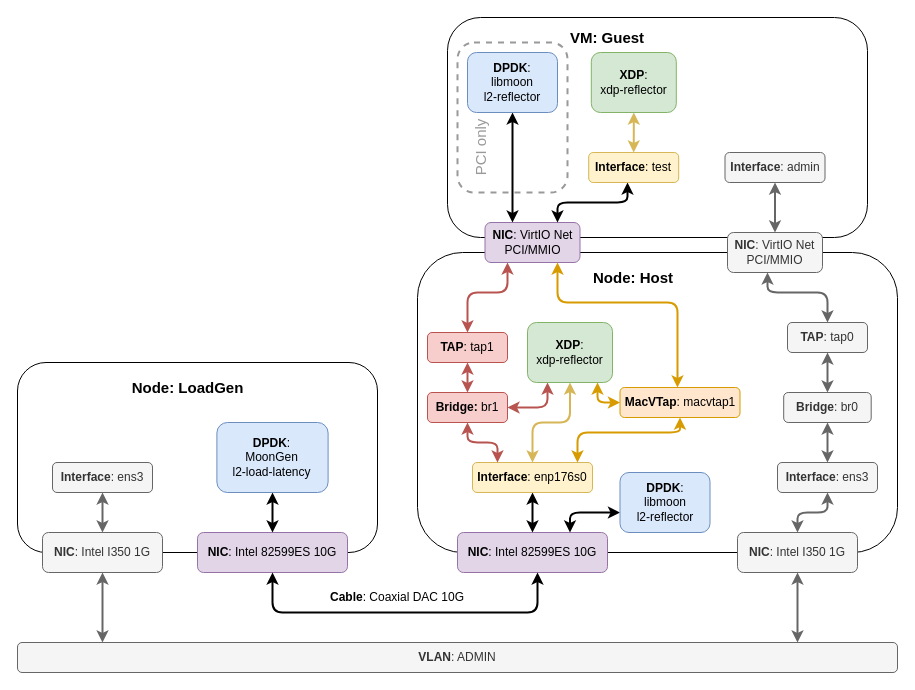
Above: page "Page 1" (4 of 4) of testsystem.drawio in vmuxIO/diagrams (draw.io), before the change. Source tidied: cells renumbered, new cells numbered last; positions are measured from the earlier drawing's top-left corner, leaving out a move shared by most shapes. Both pictures are drawn from the tidied source at 100%, with x=0, y=0 at pixel (17, 17).
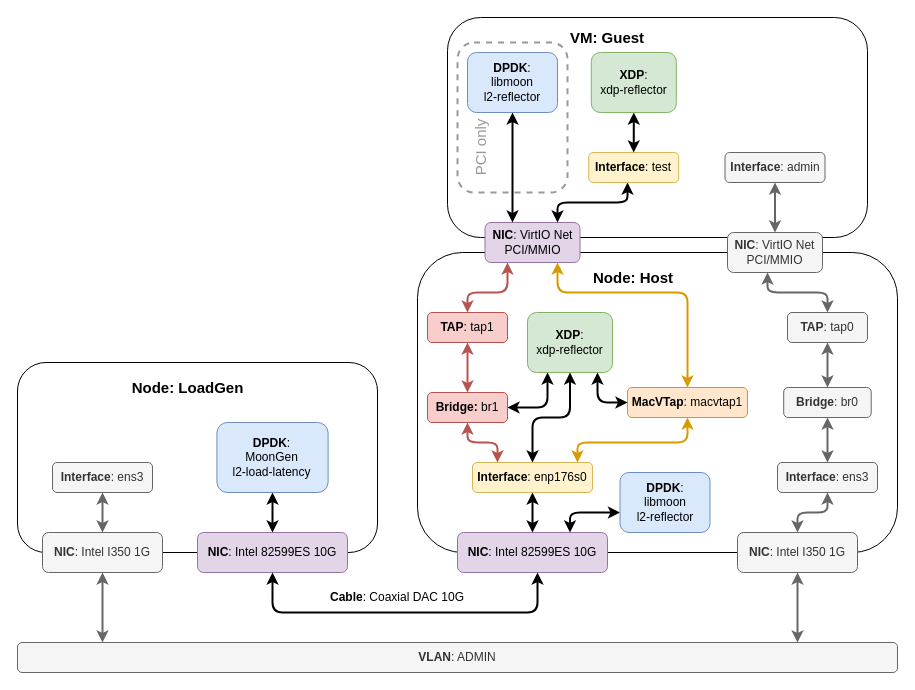
The same diagram, later.

The change refers to these unchanged cells:
```xml
<mxCell id="26" value="&lt;b&gt;Interface&lt;/b&gt;: enp176s0" style="rounded=1;whiteSpace=wrap;html=1;fillColor=#fff2cc;strokeColor=#d6b656;" parent="1" vertex="1">
  <mxGeometry x="455" y="445" width="120" height="30" as="geometry" />
</mxCell>
<mxCell id="28" value="&lt;b&gt;NIC&lt;/b&gt;: VirtIO Net PCI/MMIO" style="rounded=1;whiteSpace=wrap;html=1;fillColor=#e1d5e7;strokeColor=#9673a6;" parent="1" vertex="1">
  <mxGeometry x="467.5" y="205" width="95" height="40" as="geometry" />
</mxCell>
<mxCell id="33" value="&lt;b&gt;Interface&lt;/b&gt;: test" style="rounded=1;whiteSpace=wrap;html=1;fillColor=#fff2cc;strokeColor=#d6b656;" parent="1" vertex="1">
  <mxGeometry x="571.2" y="135" width="90" height="30" as="geometry" />
</mxCell>
<mxCell id="36" value="&lt;div&gt;&lt;b&gt;XDP&lt;/b&gt;: &lt;b&gt;&lt;br&gt;&lt;/b&gt;&lt;/div&gt;&lt;div&gt;xdp-reflector&lt;br&gt;&lt;/div&gt;" style="rounded=1;whiteSpace=wrap;html=1;fillColor=#d5e8d4;strokeColor=#82b366;" parent="1" vertex="1">
  <mxGeometry x="573.8" y="35" width="85" height="60" as="geometry" />
</mxCell>
<mxCell id="43" value="&lt;b&gt;Bridge:&lt;/b&gt; br1" style="rounded=1;whiteSpace=wrap;html=1;fillColor=#f8cecc;strokeColor=#b85450;" parent="1" vertex="1">
  <mxGeometry x="410" y="375" width="80" height="30" as="geometry" />
</mxCell>
```

Diff of the diagram source:
```diff
@@
     <mxCell id="24" value="&lt;b&gt;Bridge&lt;/b&gt;: br0" style="rounded=1;whiteSpace=wrap;html=1;fillColor=#f5f5f5;fontColor=#333333;strokeColor=#666666;" parent="1" vertex="1">
-      <mxGeometry x="766.2" y="375" width="87.5" height="30" as="geometry" />
+      <mxGeometry x="766.2" y="370" width="87.5" height="30" as="geometry" />
     </mxCell>
@@
     <mxCell id="27" style="edgeStyle=orthogonalEdgeStyle;rounded=1;jettySize=auto;html=1;fontSize=15;startArrow=classic;startFill=1;strokeWidth=2;exitX=0.5;exitY=1;exitDx=0;exitDy=0;fillColor=#ffe6cc;strokeColor=#d79b00;" parent="1" edge="1" source="40" target="26">
       <mxGeometry relative="1" as="geometry">
         <Array as="points">
-          <mxPoint x="662" y="415" />
-          <mxPoint x="560" y="415" />
+          <mxPoint x="670" y="425" />
+          <mxPoint x="560" y="425" />
         </Array>
       </mxGeometry>
     </mxCell>
@@
-    <mxCell id="35" style="edgeStyle=orthogonalEdgeStyle;rounded=1;jettySize=auto;html=1;fontSize=15;startArrow=classic;startFill=1;strokeWidth=2;fillColor=#fff2cc;strokeColor=#d6b656;" parent="1" edge="1" source="36" target="33">
+    <mxCell id="35" style="edgeStyle=orthogonalEdgeStyle;rounded=1;jettySize=auto;html=1;fontSize=15;startArrow=classic;startFill=1;strokeWidth=2;" parent="1" edge="1" source="36" target="33">
       <mxGeometry relative="1" as="geometry" />
     </mxCell>
@@
     <mxCell id="40" value="&lt;b&gt;MacVTap&lt;/b&gt;: macvtap1" style="rounded=1;whiteSpace=wrap;html=1;fillColor=#ffe6cc;strokeColor=#d79b00;" parent="1" vertex="1">
-      <mxGeometry x="602.5" y="370" width="120" height="30" as="geometry" />
+      <mxGeometry x="610" y="370" width="120" height="30" as="geometry" />
     </mxCell>
     <mxCell id="41" style="edgeStyle=orthogonalEdgeStyle;rounded=1;jettySize=auto;html=1;fontSize=15;startArrow=classic;startFill=1;strokeWidth=2;fillColor=#ffe6cc;strokeColor=#d79b00;" parent="1" edge="1" source="28" target="40">
       <mxGeometry relative="1" as="geometry">
         <Array as="points">
-          <mxPoint x="540" y="285" />
-          <mxPoint x="660" y="285" />
+          <mxPoint x="540" y="275" />
+          <mxPoint x="670" y="275" />
         </Array>
       </mxGeometry>
     </mxCell>
@@
     <mxCell id="45" style="edgeStyle=orthogonalEdgeStyle;rounded=1;jettySize=auto;html=1;fontSize=15;fontColor=#999999;startArrow=classic;startFill=1;strokeWidth=2;fillColor=#f8cecc;strokeColor=#b85450;" parent="1" edge="1" source="46">
       <mxGeometry relative="1" as="geometry">
         <mxPoint x="490" y="245" as="targetPoint" />
         <Array as="points">
           <mxPoint x="450" y="275" />
           <mxPoint x="490" y="275" />
-          <mxPoint x="490" y="245" />
         </Array>
       </mxGeometry>
     </mxCell>
     <mxCell id="46" value="&lt;b&gt;TAP&lt;/b&gt;: tap1" style="rounded=1;whiteSpace=wrap;html=1;fillColor=#f8cecc;strokeColor=#b85450;" parent="1" vertex="1">
-      <mxGeometry x="410" y="315" width="80" height="30" as="geometry" />
+      <mxGeometry x="410" y="295" width="80" height="30" as="geometry" />
     </mxCell>
@@
     <mxCell id="49" value="&lt;b&gt;TAP&lt;/b&gt;: tap0" style="rounded=1;whiteSpace=wrap;html=1;fillColor=#f5f5f5;strokeColor=#666666;fontColor=#333333;" parent="1" vertex="1">
-      <mxGeometry x="770" y="305" width="80" height="30" as="geometry" />
+      <mxGeometry x="770" y="295" width="80" height="30" as="geometry" />
     </mxCell>
@@
-    <mxCell id="52" style="edgeStyle=orthogonalEdgeStyle;rounded=1;jettySize=auto;html=1;entryX=1;entryY=0.5;entryDx=0;entryDy=0;fontSize=15;fontColor=#999999;startArrow=classic;startFill=1;strokeWidth=2;fillColor=#f8cecc;strokeColor=#b85450;" parent="1" edge="1" source="55" target="43">
+    <mxCell id="52" style="edgeStyle=orthogonalEdgeStyle;rounded=1;jettySize=auto;html=1;entryX=1;entryY=0.5;entryDx=0;entryDy=0;fontSize=15;fontColor=#999999;startArrow=classic;startFill=1;strokeWidth=2;" parent="1" edge="1" source="55" target="43">
       <mxGeometry relative="1" as="geometry">
         <Array as="points">
           <mxPoint x="530" y="390" />
         </Array>
       </mxGeometry>
     </mxCell>
-    <mxCell id="53" style="edgeStyle=orthogonalEdgeStyle;rounded=1;jettySize=auto;html=1;entryX=0;entryY=0.5;entryDx=0;entryDy=0;fontSize=15;fontColor=#999999;startArrow=classic;startFill=1;strokeWidth=2;fillColor=#ffe6cc;strokeColor=#d79b00;" parent="1" edge="1" source="55" target="40">
+    <mxCell id="53" style="edgeStyle=orthogonalEdgeStyle;rounded=1;jettySize=auto;html=1;entryX=0;entryY=0.5;entryDx=0;entryDy=0;fontSize=15;fontColor=#999999;startArrow=classic;startFill=1;strokeWidth=2;" parent="1" edge="1" source="55" target="40">
       <mxGeometry relative="1" as="geometry">
         <Array as="points">
           <mxPoint x="580" y="385" />
         </Array>
       </mxGeometry>
     </mxCell>
-    <mxCell id="54" style="edgeStyle=orthogonalEdgeStyle;rounded=1;jettySize=auto;html=1;fontSize=15;fontColor=#999999;startArrow=classic;startFill=1;strokeWidth=2;fillColor=#fff2cc;strokeColor=#d6b656;" parent="1" edge="1" source="55" target="26">
+    <mxCell id="54" style="edgeStyle=orthogonalEdgeStyle;rounded=1;jettySize=auto;html=1;fontSize=15;fontColor=#999999;startArrow=classic;startFill=1;strokeWidth=2;" parent="1" edge="1" source="55" target="26">
       <mxGeometry relative="1" as="geometry" />
     </mxCell>
     <mxCell id="55" value="&lt;div&gt;&lt;b&gt;XDP&lt;/b&gt;: &lt;b&gt;&lt;br&gt;&lt;/b&gt;&lt;/div&gt;&lt;div&gt;xdp-reflector&lt;br&gt;&lt;/div&gt;" style="rounded=1;whiteSpace=wrap;html=1;fillColor=#d5e8d4;strokeColor=#82b366;" parent="1" vertex="1">
-      <mxGeometry x="510" y="305" width="85" height="60" as="geometry" />
+      <mxGeometry x="510" y="295" width="85" height="60" as="geometry" />
     </mxCell>
```
